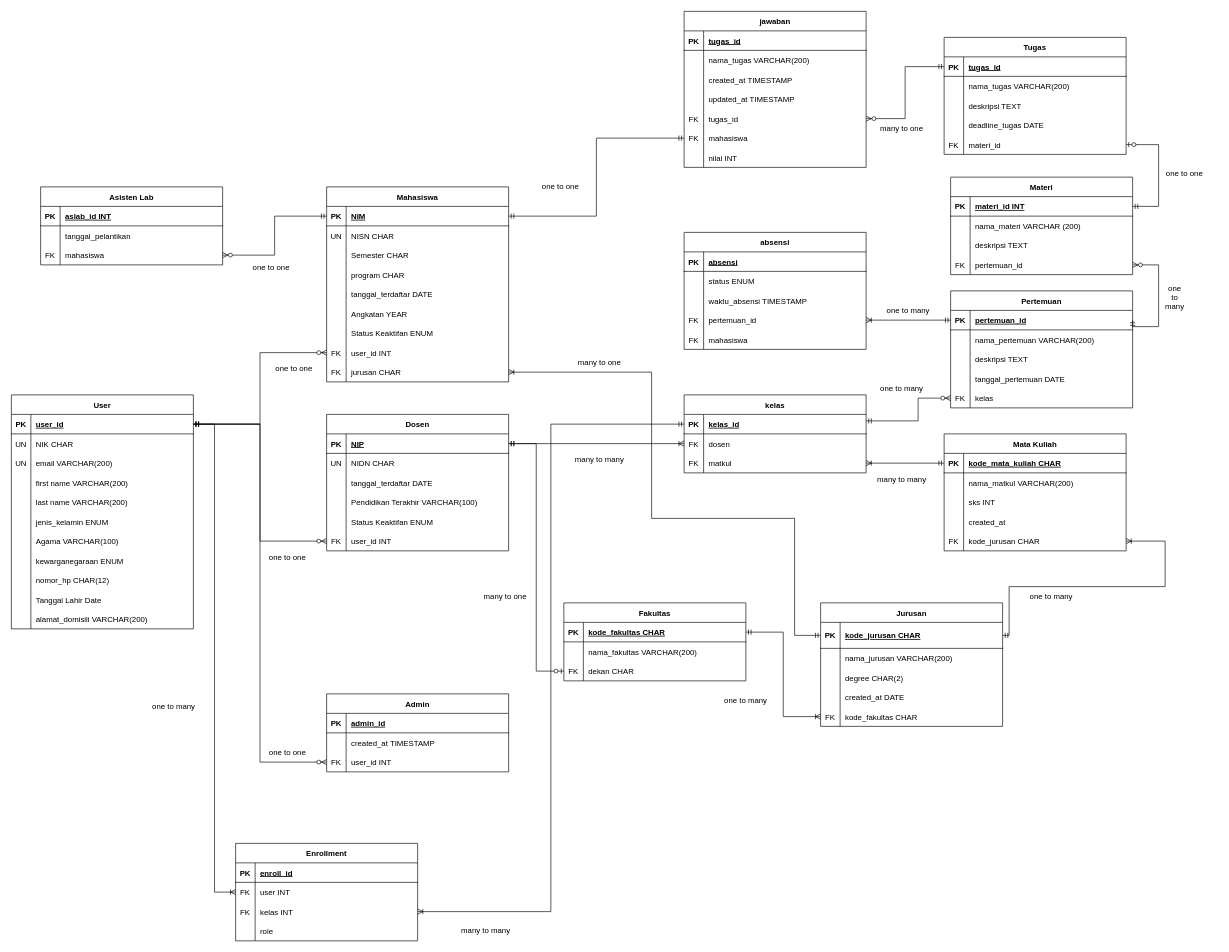
The draw.io diagram Database/newRelationship.drawio in DzakiyDzakwan/TubesSBD, before the edit. Source tidied: cells renumbered, new cells numbered last; positions are measured from the earlier drawing's top-left corner, leaving out a move shared by most shapes. Both pictures are drawn from the tidied source at 65%, with x=0, y=0 at pixel (11, 11).
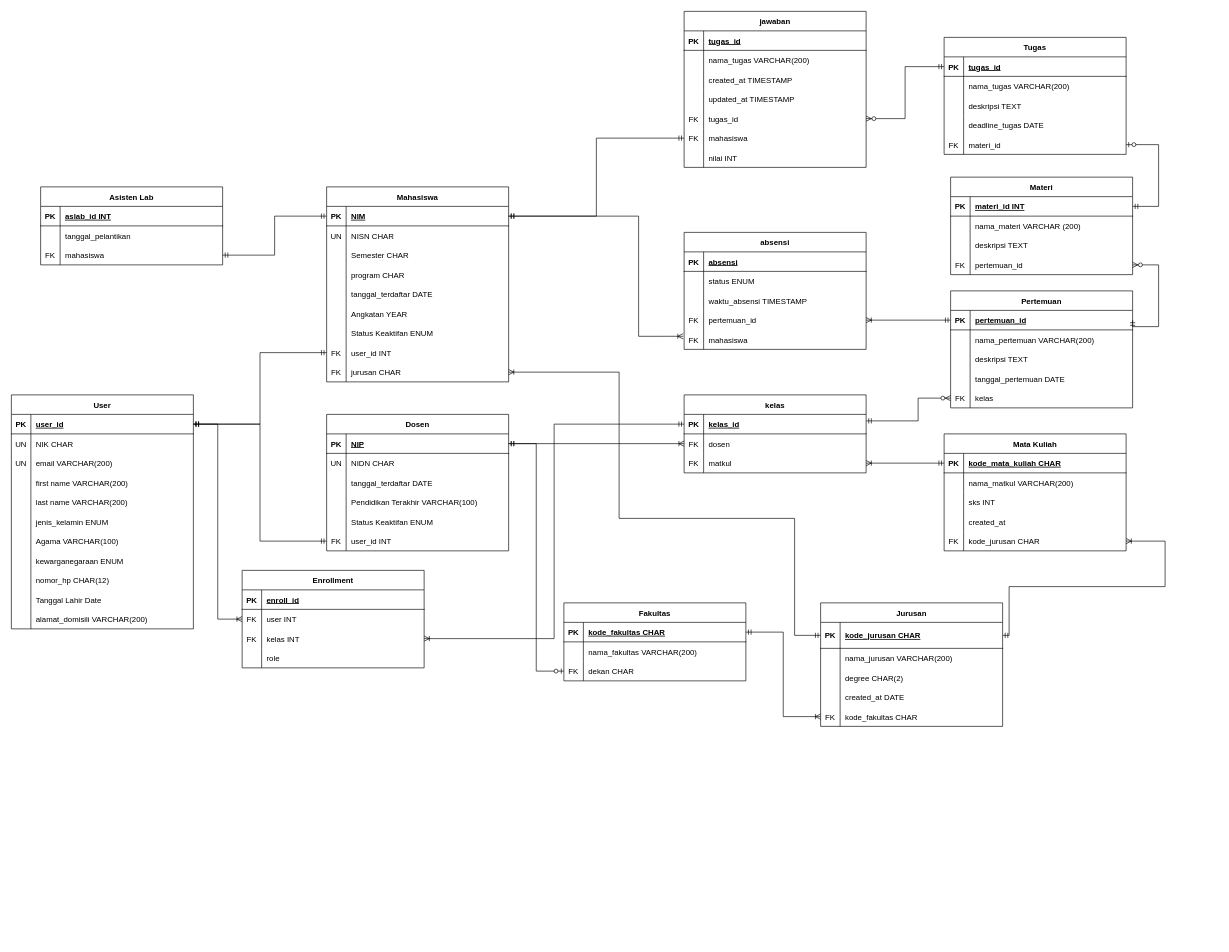
After the change.

Unchanged cells that the change refers to:
```xml
<mxCell id="3" style="shape=partialRectangle;fillColor=none;points=[[0,0.5],[1,0.5]];portConstraint=eastwest;top=0;left=0;right=0;bottom=1;" parent="2" vertex="1">
  <mxGeometry y="30" width="280" height="30" as="geometry" />
</mxCell>
<mxCell id="52" style="shape=partialRectangle;fillColor=none;points=[[0,0.5],[1,0.5]];portConstraint=eastwest;top=0;left=0;right=0;bottom=0;" parent="36" vertex="1">
  <mxGeometry y="180" width="280" height="30" as="geometry" />
</mxCell>
<mxCell id="56" style="shape=partialRectangle;fillColor=none;points=[[0,0.5],[1,0.5]];portConstraint=eastwest;top=0;left=0;right=0;bottom=1;" parent="55" vertex="1">
  <mxGeometry y="30" width="280" height="30" as="geometry" />
</mxCell>
<mxCell id="77" style="shape=partialRectangle;fillColor=none;points=[[0,0.5],[1,0.5]];portConstraint=eastwest;top=0;left=0;right=0;bottom=0;" parent="55" vertex="1">
  <mxGeometry y="240" width="280" height="30" as="geometry" />
</mxCell>
<mxCell id="80" style="shape=partialRectangle;fillColor=none;points=[[0,0.5],[1,0.5]];portConstraint=eastwest;top=0;left=0;right=0;bottom=0;" parent="55" vertex="1">
  <mxGeometry y="270" width="280" height="30" as="geometry" />
</mxCell>
<mxCell id="94" style="shape=partialRectangle;fillColor=none;points=[[0,0.5],[1,0.5]];portConstraint=eastwest;top=0;left=0;right=0;bottom=1;" parent="93" vertex="1">
  <mxGeometry y="30" width="280" height="40" as="geometry" />
</mxCell>
<mxCell id="177" style="shape=partialRectangle;fillColor=none;points=[[0,0.5],[1,0.5]];portConstraint=eastwest;top=0;left=0;right=0;bottom=0;" parent="170" vertex="1">
  <mxGeometry y="90" width="280" height="30" as="geometry" />
</mxCell>
<mxCell id="193" style="shape=partialRectangle;fillColor=none;points=[[0,0.5],[1,0.5]];portConstraint=eastwest;top=0;left=0;right=0;bottom=0;" parent="180" vertex="1">
  <mxGeometry y="150" width="280" height="30" as="geometry" />
</mxCell>
```

What changed in the source:
```diff
@@
     <mxCell id="196" value="Enrollment" style="shape=table;startSize=30;childLayout=tableLayout;rowLines=0;fontStyle=1;align=center;" parent="1" vertex="1">
-      <mxGeometry x="345" y="1280" width="280" height="150" as="geometry" />
+      <mxGeometry x="355" y="860" width="280" height="150" as="geometry" />
     </mxCell>
@@
-    <mxCell id="231" style="fontSize=12;html=1;endArrow=ERzeroToMany;startArrow=ERmandOne;rounded=0;entryX=0;entryY=0.5;entryDx=0;entryDy=0;edgeStyle=orthogonalEdgeStyle;" parent="1" edge="1" source="3" target="77">
+    <mxCell id="231" style="fontSize=12;html=1;endArrow=ERmandOne;startArrow=ERmandOne;rounded=0;entryX=0;entryY=0.5;entryDx=0;entryDy=0;edgeStyle=orthogonalEdgeStyle;startFill=0;endFill=0;" parent="1" edge="1" source="3" target="77">
       <mxGeometry relative="1" as="geometry" />
     </mxCell>
-    <mxCell id="232" style="fontSize=12;html=1;endArrow=ERzeroToMany;startArrow=ERmandOne;rounded=0;entryX=0;entryY=0.5;entryDx=0;entryDy=0;edgeStyle=orthogonalEdgeStyle;exitX=1;exitY=0.5;exitDx=0;exitDy=0;" parent="1" edge="1" source="3" target="52">
+    <mxCell id="232" style="fontSize=12;html=1;endArrow=ERmandOne;startArrow=ERmandOne;rounded=0;entryX=0;entryY=0.5;entryDx=0;entryDy=0;edgeStyle=orthogonalEdgeStyle;exitX=1;exitY=0.5;exitDx=0;exitDy=0;endFill=0;" parent="1" edge="1" source="3" target="52">
       <mxGeometry relative="1" as="geometry" />
     </mxCell>
-    <mxCell id="233" value="Admin" style="shape=table;startSize=30;childLayout=tableLayout;rowLines=0;fontStyle=1;align=center;" parent="1" vertex="1">
-      <mxGeometry x="485" y="1050" width="280" height="120" as="geometry" />
-    </mxCell>
-    <mxCell id="234" style="shape=partialRectangle;fillColor=none;top=0;left=0;right=0;bottom=1;" parent="233" vertex="1">
-      <mxGeometry y="30" width="280" height="30" as="geometry" />
-    </mxCell>
-    <mxCell id="235" value="PK" style="shape=partialRectangle;overflow=hidden;fillColor=none;top=0;left=0;bottom=0;right=0;fontStyle=1;" parent="234" vertex="1">
-      <mxGeometry width="30" height="30" as="geometry" />
-    </mxCell>
-    <mxCell id="236" value="admin_id" style="shape=partialRectangle;overflow=hidden;fillColor=none;top=0;left=0;bottom=0;right=0;align=left;spacingLeft=6;fontStyle=5;" parent="234" vertex="1">
-      <mxGeometry x="30" width="250" height="30" as="geometry" />
-    </mxCell>
-    <mxCell id="237" style="shape=partialRectangle;fillColor=none;top=0;left=0;right=0;bottom=0;" parent="233" vertex="1">
-      <mxGeometry y="60" width="280" height="30" as="geometry" />
-    </mxCell>
-    <mxCell id="238" style="shape=partialRectangle;overflow=hidden;fillColor=none;top=0;left=0;bottom=0;right=0;" parent="237" vertex="1">
-      <mxGeometry width="30" height="30" as="geometry" />
-    </mxCell>
-    <mxCell id="239" value="created_at TIMESTAMP" style="shape=partialRectangle;overflow=hidden;fillColor=none;top=0;left=0;bottom=0;right=0;align=left;spacingLeft=6;" parent="237" vertex="1">
-      <mxGeometry x="30" width="250" height="30" as="geometry" />
-    </mxCell>
-    <mxCell id="240" style="shape=partialRectangle;fillColor=none;points=[[0,0.5],[1,0.5]];portConstraint=eastwest;top=0;left=0;right=0;bottom=0;" parent="233" vertex="1">
-      <mxGeometry y="90" width="280" height="30" as="geometry" />
-    </mxCell>
-    <mxCell id="241" value="FK" style="shape=partialRectangle;overflow=hidden;fillColor=none;top=0;left=0;bottom=0;right=0;" parent="240" vertex="1">
-      <mxGeometry width="30" height="30" as="geometry" />
-    </mxCell>
-    <mxCell id="242" value="user_id INT" style="shape=partialRectangle;overflow=hidden;fillColor=none;top=0;left=0;bottom=0;right=0;align=left;spacingLeft=6;" parent="240" vertex="1">
-      <mxGeometry x="30" width="250" height="30" as="geometry" />
-    </mxCell>
-    <mxCell id="243" style="fontSize=12;html=1;endArrow=ERzeroToMany;startArrow=ERmandOne;rounded=0;edgeStyle=orthogonalEdgeStyle;exitX=1;exitY=0.5;exitDx=0;exitDy=0;entryX=0;entryY=0.5;entryDx=0;entryDy=0;" parent="1" edge="1" source="3" target="240">
-      <mxGeometry relative="1" as="geometry" />
-    </mxCell>
-    <mxCell id="244" style="fontSize=12;html=1;endArrow=ERzeroToMany;startArrow=ERmandOne;rounded=0;entryX=1;entryY=0.5;entryDx=0;entryDy=0;edgeStyle=orthogonalEdgeStyle;exitX=0;exitY=0.5;exitDx=0;exitDy=0;" parent="1" edge="1" source="56" target="177">
+    <mxCell id="244" style="fontSize=12;html=1;endArrow=ERmandOne;startArrow=ERmandOne;rounded=0;entryX=1;entryY=0.5;entryDx=0;entryDy=0;edgeStyle=orthogonalEdgeStyle;exitX=0;exitY=0.5;exitDx=0;exitDy=0;endFill=0;" parent="1" edge="1" source="56" target="177">
       <mxGeometry relative="1" as="geometry" />
     </mxCell>
@@
     <mxCell id="247" style="edgeStyle=orthogonalEdgeStyle;fontSize=12;html=1;endArrow=ERoneToMany;startArrow=ERmandOne;rounded=0;exitX=0;exitY=0.5;exitDx=0;exitDy=0;entryX=1;entryY=0.5;entryDx=0;entryDy=0;" parent="1" edge="1" source="94" target="80">
       <mxGeometry relative="1" as="geometry">
         <Array as="points">
           <mxPoint x="1205" y="960" />
           <mxPoint x="1205" y="780" />
-          <mxPoint x="985" y="780" />
-          <mxPoint x="985" y="555" />
+          <mxPoint x="935" y="780" />
+          <mxPoint x="935" y="555" />
         </Array>
       </mxGeometry>
     </mxCell>
@@
-    <mxCell id="269" value="many to many" style="text;html=1;strokeColor=none;fillColor=none;align=center;verticalAlign=middle;whiteSpace=wrap;rounded=0;" parent="1" vertex="1">
-      <mxGeometry x="645" y="1400" width="170" height="30" as="geometry" />
-    </mxCell>
-    <mxCell id="270" value="many to many" style="text;html=1;strokeColor=none;fillColor=none;align=center;verticalAlign=middle;whiteSpace=wrap;rounded=0;" parent="1" vertex="1">
-      <mxGeometry x="1315" y="710" width="110" height="20" as="geometry" />
-    </mxCell>
-    <mxCell id="271" value="many to many" style="text;html=1;strokeColor=none;fillColor=none;align=center;verticalAlign=middle;whiteSpace=wrap;rounded=0;" parent="1" vertex="1">
-      <mxGeometry x="850" y="680" width="110" height="20" as="geometry" />
-    </mxCell>
-    <mxCell id="272" value="one to many" style="text;html=1;strokeColor=none;fillColor=none;align=center;verticalAlign=middle;whiteSpace=wrap;rounded=0;" parent="1" vertex="1">
-      <mxGeometry x="1545" y="890" width="110" height="20" as="geometry" />
-    </mxCell>
-    <mxCell id="273" value="one to one&lt;br&gt;" style="text;html=1;strokeColor=none;fillColor=none;align=center;verticalAlign=middle;whiteSpace=wrap;rounded=0;" parent="1" vertex="1">
-      <mxGeometry x="345" y="385" width="110" height="20" as="geometry" />
-    </mxCell>
-    <mxCell id="274" value="one to many" style="text;html=1;strokeColor=none;fillColor=none;align=center;verticalAlign=middle;whiteSpace=wrap;rounded=0;" parent="1" vertex="1">
-      <mxGeometry x="195" y="1060" width="110" height="20" as="geometry" />
-    </mxCell>
-    <mxCell id="275" value="one to one" style="text;html=1;strokeColor=none;fillColor=none;align=center;verticalAlign=middle;whiteSpace=wrap;rounded=0;" parent="1" vertex="1">
-      <mxGeometry x="395" y="830" width="60" height="20" as="geometry" />
-    </mxCell>
-    <mxCell id="276" value="one to one" style="text;html=1;strokeColor=none;fillColor=none;align=center;verticalAlign=middle;whiteSpace=wrap;rounded=0;" parent="1" vertex="1">
-      <mxGeometry x="395" y="1130" width="60" height="20" as="geometry" />
-    </mxCell>
-    <mxCell id="277" value="one to one" style="text;html=1;strokeColor=none;fillColor=none;align=center;verticalAlign=middle;whiteSpace=wrap;rounded=0;" parent="1" vertex="1">
-      <mxGeometry x="405" y="540" width="60" height="20" as="geometry" />
-    </mxCell>
-    <mxCell id="278" value="many to one" style="text;html=1;strokeColor=none;fillColor=none;align=center;verticalAlign=middle;whiteSpace=wrap;rounded=0;" parent="1" vertex="1">
-      <mxGeometry x="705" y="890" width="110" height="20" as="geometry" />
-    </mxCell>
-    <mxCell id="279" value="many to one" style="text;html=1;strokeColor=none;fillColor=none;align=center;verticalAlign=middle;whiteSpace=wrap;rounded=0;" parent="1" vertex="1">
-      <mxGeometry x="850" y="530" width="110" height="20" as="geometry" />
-    </mxCell>
-    <mxCell id="280" value="one to many" style="text;html=1;strokeColor=none;fillColor=none;align=center;verticalAlign=middle;whiteSpace=wrap;rounded=0;" parent="1" vertex="1">
-      <mxGeometry x="1075" y="1050" width="110" height="20" as="geometry" />
-    </mxCell>
-    <mxCell id="281" value="one to many" style="text;html=1;strokeColor=none;fillColor=none;align=center;verticalAlign=middle;whiteSpace=wrap;rounded=0;" parent="1" vertex="1">
-      <mxGeometry x="1315" y="570" width="110" height="20" as="geometry" />
-    </mxCell>
-    <mxCell id="282" value="one to many" style="text;html=1;strokeColor=none;fillColor=none;align=center;verticalAlign=middle;whiteSpace=wrap;rounded=0;" parent="1" vertex="1">
-      <mxGeometry x="1325" y="450" width="110" height="20" as="geometry" />
-    </mxCell>
-    <mxCell id="283" value="one &lt;br&gt;to &lt;br&gt;many" style="text;html=1;strokeColor=none;fillColor=none;align=center;verticalAlign=middle;whiteSpace=wrap;rounded=0;" parent="1" vertex="1">
-      <mxGeometry x="1740" y="430" width="100" height="20" as="geometry" />
-    </mxCell>
-    <mxCell id="284" value="one to one" style="text;html=1;strokeColor=none;fillColor=none;align=center;verticalAlign=middle;whiteSpace=wrap;rounded=0;" parent="1" vertex="1">
-      <mxGeometry x="1755" y="240" width="100" height="20" as="geometry" />
-    </mxCell>
-    <mxCell id="285" value="many to one" style="text;html=1;strokeColor=none;fillColor=none;align=center;verticalAlign=middle;whiteSpace=wrap;rounded=0;" parent="1" vertex="1">
-      <mxGeometry x="1320" y="170" width="100" height="20" as="geometry" />
-    </mxCell>
-    <mxCell id="286" value="one to one" style="text;html=1;strokeColor=none;fillColor=none;align=center;verticalAlign=middle;whiteSpace=wrap;rounded=0;" parent="1" vertex="1">
-      <mxGeometry x="795" y="260" width="100" height="20" as="geometry" />
-    </mxCell>
+    <mxCell id="287" style="edgeStyle=orthogonalEdgeStyle;fontSize=12;html=1;endArrow=ERoneToMany;startArrow=ERmandOne;rounded=0;exitX=1;exitY=0.5;exitDx=0;exitDy=0;entryX=-0.006;entryY=0.329;entryDx=0;entryDy=0;entryPerimeter=0;" parent="1" edge="1" source="56" target="193">
+      <mxGeometry relative="1" as="geometry">
+        <Array as="points">
+          <mxPoint x="965" y="315" />
+          <mxPoint x="965" y="500" />
+        </Array>
+      </mxGeometry>
+    </mxCell>
```
